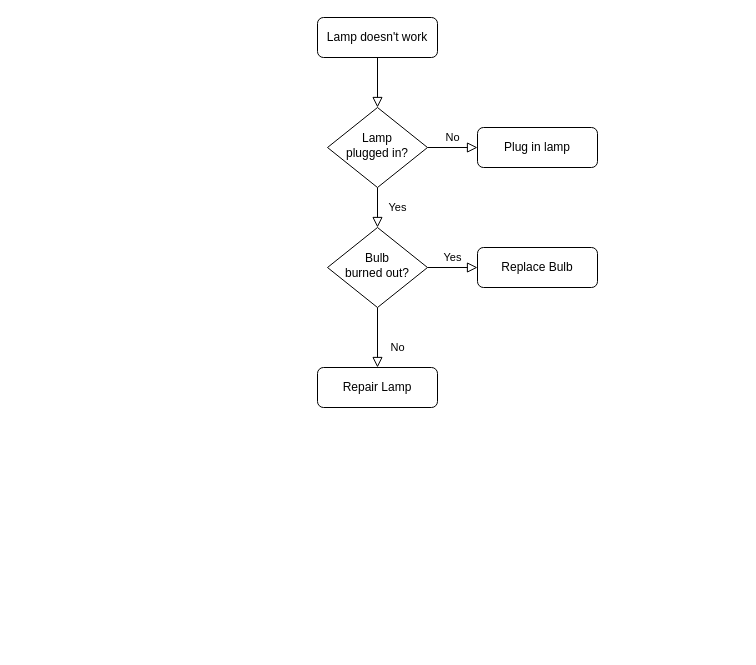
This is 名称未設定ファイル.drawio from showyha08/irregular-task-rotation, a draw.io file, before an edit. Source tidied: cells renumbered, new cells numbered last; positions are measured from the earlier drawing's top-left corner, leaving out a move shared by most shapes. Both pictures are drawn from the tidied source at 100%, with x=0, y=0 at pixel (317, 17).
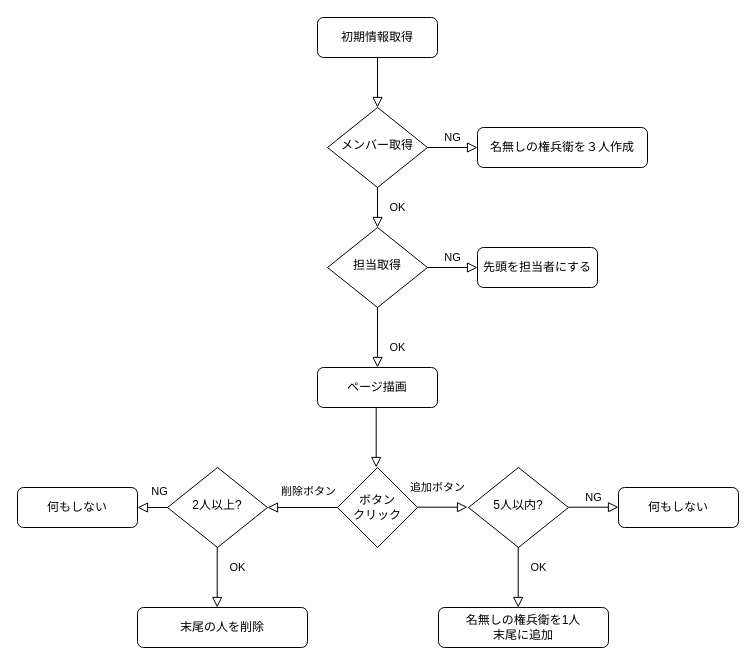
The same page after the edit.

Commit message:
名称未設定ファイル.drawio を更新します

Diff of the diagram source:
```diff
@@
-    <mxCell id="3" value="Lamp doesn't work" style="rounded=1;whiteSpace=wrap;html=1;fontSize=12;glass=0;strokeWidth=1;shadow=0;" parent="1" vertex="1">
+    <mxCell id="3" value="初期情報取得" style="rounded=1;whiteSpace=wrap;html=1;fontSize=12;glass=0;strokeWidth=1;shadow=0;" parent="1" vertex="1">
       <mxGeometry width="120" height="40" as="geometry" />
     </mxCell>
-    <mxCell id="4" value="Yes" style="rounded=0;html=1;jettySize=auto;fontSize=11;endArrow=block;endFill=0;endSize=8;strokeWidth=1;shadow=0;labelBackgroundColor=none;edgeStyle=orthogonalEdgeStyle;" parent="1" edge="1" source="6" target="10">
+    <mxCell id="4" value="OK" style="rounded=0;html=1;jettySize=auto;fontSize=11;endArrow=block;endFill=0;endSize=8;strokeWidth=1;shadow=0;labelBackgroundColor=none;edgeStyle=orthogonalEdgeStyle;" parent="1" edge="1" source="6" target="10">
       <mxGeometry y="20" relative="1" as="geometry" />
     </mxCell>
-    <mxCell id="5" value="No" style="edgeStyle=orthogonalEdgeStyle;rounded=0;html=1;jettySize=auto;fontSize=11;endArrow=block;endFill=0;endSize=8;strokeWidth=1;shadow=0;labelBackgroundColor=none;" parent="1" edge="1" source="6" target="7">
+    <mxCell id="5" value="NG" style="edgeStyle=orthogonalEdgeStyle;rounded=0;html=1;jettySize=auto;fontSize=11;endArrow=block;endFill=0;endSize=8;strokeWidth=1;shadow=0;labelBackgroundColor=none;" parent="1" edge="1" source="6" target="7">
       <mxGeometry y="10" relative="1" as="geometry" />
     </mxCell>
-    <mxCell id="6" value="Lamp&lt;br&gt;plugged in?" style="rhombus;whiteSpace=wrap;html=1;shadow=0;fontFamily=Helvetica;fontSize=12;align=center;strokeWidth=1;spacing=6;spacingTop=-4;" parent="1" vertex="1">
+    <mxCell id="6" value="メンバー取得" style="rhombus;whiteSpace=wrap;html=1;shadow=0;fontFamily=Helvetica;fontSize=12;align=center;strokeWidth=1;spacing=6;spacingTop=-4;" parent="1" vertex="1">
       <mxGeometry x="10" y="90" width="100" height="80" as="geometry" />
     </mxCell>
-    <mxCell id="7" value="Plug in lamp" style="rounded=1;whiteSpace=wrap;html=1;fontSize=12;glass=0;strokeWidth=1;shadow=0;" parent="1" vertex="1">
-      <mxGeometry x="160" y="110" width="120" height="40" as="geometry" />
+    <mxCell id="7" value="名無しの権兵衛を３人作成" style="rounded=1;whiteSpace=wrap;html=1;fontSize=12;glass=0;strokeWidth=1;shadow=0;" parent="1" vertex="1">
+      <mxGeometry x="160" y="110" width="170" height="40" as="geometry" />
     </mxCell>
-    <mxCell id="8" value="No" style="rounded=0;html=1;jettySize=auto;fontSize=11;endArrow=block;endFill=0;endSize=8;strokeWidth=1;shadow=0;labelBackgroundColor=none;edgeStyle=orthogonalEdgeStyle;" parent="1" edge="1" source="10" target="11">
+    <mxCell id="8" value="OK" style="rounded=0;html=1;jettySize=auto;fontSize=11;endArrow=block;endFill=0;endSize=8;strokeWidth=1;shadow=0;labelBackgroundColor=none;edgeStyle=orthogonalEdgeStyle;" parent="1" edge="1" source="10" target="11">
       <mxGeometry x="0.33" y="20" relative="1" as="geometry" />
     </mxCell>
-    <mxCell id="9" value="Yes" style="edgeStyle=orthogonalEdgeStyle;rounded=0;html=1;jettySize=auto;fontSize=11;endArrow=block;endFill=0;endSize=8;strokeWidth=1;shadow=0;labelBackgroundColor=none;" parent="1" edge="1" source="10" target="12">
-      <mxGeometry y="10" relative="1" as="geometry" />
+    <mxCell id="9" value="NG" style="edgeStyle=orthogonalEdgeStyle;rounded=0;html=1;jettySize=auto;fontSize=11;endArrow=block;endFill=0;endSize=8;strokeWidth=1;shadow=0;labelBackgroundColor=none;" parent="1" edge="1" source="10" target="12">
+      <mxGeometry x="0.01" y="10" relative="1" as="geometry" />
     </mxCell>
-    <mxCell id="10" value="Bulb&lt;br&gt;burned out?" style="rhombus;whiteSpace=wrap;html=1;shadow=0;fontFamily=Helvetica;fontSize=12;align=center;strokeWidth=1;spacing=6;spacingTop=-4;" parent="1" vertex="1">
+    <mxCell id="10" value="担当取得" style="rhombus;whiteSpace=wrap;html=1;shadow=0;fontFamily=Helvetica;fontSize=12;align=center;strokeWidth=1;spacing=6;spacingTop=-4;" parent="1" vertex="1">
       <mxGeometry x="10" y="210" width="100" height="80" as="geometry" />
     </mxCell>
-    <mxCell id="11" value="Repair Lamp" style="rounded=1;whiteSpace=wrap;html=1;fontSize=12;glass=0;strokeWidth=1;shadow=0;" parent="1" vertex="1">
+    <mxCell id="11" value="ページ描画" style="rounded=1;whiteSpace=wrap;html=1;fontSize=12;glass=0;strokeWidth=1;shadow=0;" parent="1" vertex="1">
       <mxGeometry y="350" width="120" height="40" as="geometry" />
     </mxCell>
-    <mxCell id="12" value="Replace Bulb" style="rounded=1;whiteSpace=wrap;html=1;fontSize=12;glass=0;strokeWidth=1;shadow=0;" parent="1" vertex="1">
+    <mxCell id="12" value="先頭を担当者にする" style="rounded=1;whiteSpace=wrap;html=1;fontSize=12;glass=0;strokeWidth=1;shadow=0;" parent="1" vertex="1">
       <mxGeometry x="160" y="230" width="120" height="40" as="geometry" />
     </mxCell>
+    <mxCell id="13" value="追加ボタン" style="rounded=0;html=1;jettySize=auto;orthogonalLoop=1;fontSize=11;endArrow=block;endFill=0;endSize=8;strokeWidth=1;shadow=0;labelBackgroundColor=none;edgeStyle=orthogonalEdgeStyle;" parent="1" edge="1">
+      <mxGeometry x="1" y="65" relative="1" as="geometry">
+        <mxPoint x="58.7" y="390" as="sourcePoint" />
+        <mxPoint x="58.7" y="450" as="targetPoint" />
+        <mxPoint x="-4" y="20" as="offset" />
+      </mxGeometry>
+    </mxCell>
+    <mxCell id="14" value="5人以内?" style="rhombus;whiteSpace=wrap;html=1;shadow=0;fontFamily=Helvetica;fontSize=12;align=center;strokeWidth=1;spacing=6;spacingTop=-4;" parent="1" vertex="1">
+      <mxGeometry x="151" y="450" width="100" height="80" as="geometry" />
+    </mxCell>
+    <mxCell id="15" value="OK" style="rounded=0;html=1;jettySize=auto;orthogonalLoop=1;fontSize=11;endArrow=block;endFill=0;endSize=8;strokeWidth=1;shadow=0;labelBackgroundColor=none;edgeStyle=orthogonalEdgeStyle;" parent="1" edge="1">
+      <mxGeometry x="-0.33" y="20" relative="1" as="geometry">
+        <mxPoint x="200.7" y="530" as="sourcePoint" />
+        <mxPoint x="200.7" y="590" as="targetPoint" />
+      </mxGeometry>
+    </mxCell>
+    <mxCell id="16" value="NG" style="edgeStyle=orthogonalEdgeStyle;rounded=0;html=1;jettySize=auto;orthogonalLoop=1;fontSize=11;endArrow=block;endFill=0;endSize=8;strokeWidth=1;shadow=0;labelBackgroundColor=none;" parent="1" edge="1">
+      <mxGeometry x="0.01" y="10" relative="1" as="geometry">
+        <mxPoint x="251" y="489.7" as="sourcePoint" />
+        <mxPoint x="301" y="489.7" as="targetPoint" />
+      </mxGeometry>
+    </mxCell>
+    <mxCell id="17" value="何もしない" style="rounded=1;whiteSpace=wrap;html=1;fontSize=12;glass=0;strokeWidth=1;shadow=0;" parent="1" vertex="1">
+      <mxGeometry x="301" y="470" width="120" height="40" as="geometry" />
+    </mxCell>
+    <mxCell id="18" value="名無しの権兵衛を1人&lt;br&gt;末尾に追加" style="rounded=1;whiteSpace=wrap;html=1;fontSize=12;glass=0;strokeWidth=1;shadow=0;" parent="1" vertex="1">
+      <mxGeometry x="121" y="590" width="170" height="40" as="geometry" />
+    </mxCell>
+    <mxCell id="19" value="ボタン&lt;br&gt;クリック" style="rhombus;whiteSpace=wrap;html=1;" parent="1" vertex="1">
+      <mxGeometry x="20" y="450" width="80" height="80" as="geometry" />
+    </mxCell>
+    <mxCell id="20" value="&lt;br&gt;" style="edgeStyle=orthogonalEdgeStyle;rounded=0;html=1;jettySize=auto;orthogonalLoop=1;fontSize=11;endArrow=block;endFill=0;endSize=8;strokeWidth=1;shadow=0;labelBackgroundColor=none;" parent="1" edge="1">
+      <mxGeometry x="0.01" y="10" relative="1" as="geometry">
+        <mxPoint x="100" y="489.7" as="sourcePoint" />
+        <mxPoint x="150" y="489.7" as="targetPoint" />
+      </mxGeometry>
+    </mxCell>
+    <mxCell id="21" style="edgeStyle=orthogonalEdgeStyle;rounded=0;html=1;jettySize=auto;fontSize=11;endArrow=block;endFill=0;endSize=8;strokeWidth=1;shadow=0;labelBackgroundColor=none;exitX=0;exitY=0.5;exitDx=0;exitDy=0;" parent="1" edge="1" source="19">
+      <mxGeometry x="0.01" y="10" relative="1" as="geometry">
+        <mxPoint x="-50" y="490" as="targetPoint" />
+      </mxGeometry>
+    </mxCell>
+    <mxCell id="22" value="削除ボタン" style="edgeLabel;html=1;align=center;verticalAlign=middle;" parent="21" vertex="1">
+      <mxGeometry x="0.01" relative="1" as="geometry">
+        <mxPoint x="6" y="-17" as="offset" />
+      </mxGeometry>
+    </mxCell>
+    <mxCell id="23" value="2人以上?" style="rhombus;whiteSpace=wrap;html=1;shadow=0;fontFamily=Helvetica;fontSize=12;align=center;strokeWidth=1;spacing=6;spacingTop=-4;" parent="1" vertex="1">
+      <mxGeometry x="-150" y="450" width="100" height="80" as="geometry" />
+    </mxCell>
+    <mxCell id="24" value="OK" style="rounded=0;html=1;jettySize=auto;orthogonalLoop=1;fontSize=11;endArrow=block;endFill=0;endSize=8;strokeWidth=1;shadow=0;labelBackgroundColor=none;edgeStyle=orthogonalEdgeStyle;" parent="1" edge="1">
+      <mxGeometry x="-0.33" y="20" relative="1" as="geometry">
+        <mxPoint x="-100.3" y="530" as="sourcePoint" />
+        <mxPoint x="-100.3" y="590" as="targetPoint" />
+      </mxGeometry>
+    </mxCell>
+    <mxCell id="25" value="末尾の人を削除" style="rounded=1;whiteSpace=wrap;html=1;fontSize=12;glass=0;strokeWidth=1;shadow=0;" parent="1" vertex="1">
+      <mxGeometry x="-180" y="590" width="170" height="40" as="geometry" />
+    </mxCell>
+    <mxCell id="26" value="何もしない" style="rounded=1;whiteSpace=wrap;html=1;fontSize=12;glass=0;strokeWidth=1;shadow=0;" parent="1" vertex="1">
+      <mxGeometry x="-300" y="470" width="120" height="40" as="geometry" />
+    </mxCell>
+    <mxCell id="27" style="edgeStyle=orthogonalEdgeStyle;rounded=0;html=1;jettySize=auto;fontSize=11;endArrow=block;endFill=0;endSize=8;strokeWidth=1;shadow=0;labelBackgroundColor=none;entryX=1;entryY=0.5;entryDx=0;entryDy=0;" parent="1" edge="1" target="26">
+      <mxGeometry x="0.01" y="10" relative="1" as="geometry">
+        <mxPoint x="-150" y="490" as="sourcePoint" />
+      </mxGeometry>
+    </mxCell>
+    <mxCell id="28" value="NG" style="edgeLabel;html=1;align=center;verticalAlign=middle;" parent="27" vertex="1">
+      <mxGeometry x="0.01" relative="1" as="geometry">
+        <mxPoint x="6" y="-17" as="offset" />
+      </mxGeometry>
+    </mxCell>
```
